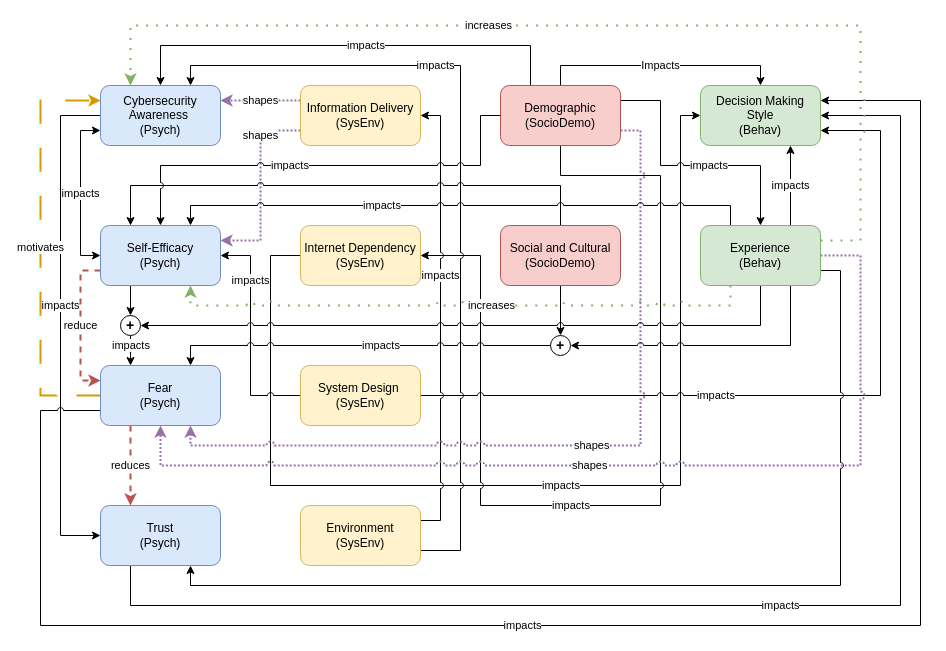
This is page "Colored + Text Version" (3 of 5) of Diagrams/Codebook.drawio from HooradAboo/I-CLAIM, a draw.io file, before an edit. Source tidied: cells renumbered, new cells numbered last; positions are measured from the earlier drawing's top-left corner, leaving out a move shared by most shapes. Both pictures are drawn from the tidied source at 100%, with x=0, y=0 at pixel (40, 25).
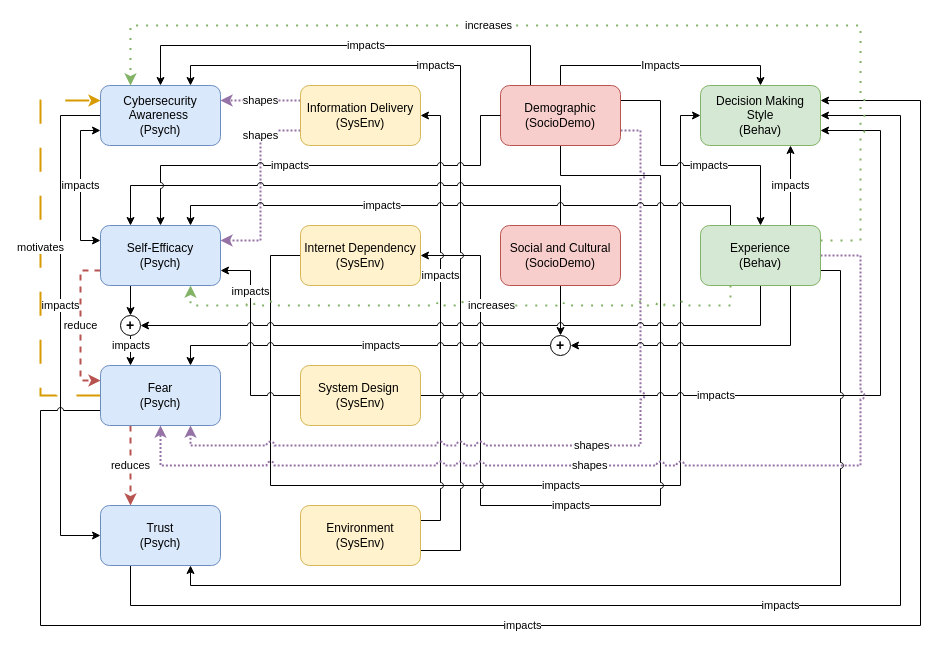
Above is the later version.

The change refers to these unchanged cells:
```xml
<mxCell id="4" value="Cybersecurity Awareness&amp;nbsp;&lt;br&gt;(Psych)" style="rounded=1;whiteSpace=wrap;html=1;fillColor=#dae8fc;strokeColor=#6c8ebf;" parent="1" vertex="1">
  <mxGeometry x="60" y="60" width="120" height="60" as="geometry" />
</mxCell>
<mxCell id="7" value="Self-Efficacy&lt;br&gt;(Psych)" style="rounded=1;whiteSpace=wrap;html=1;fillColor=#dae8fc;strokeColor=#6c8ebf;" parent="1" vertex="1">
  <mxGeometry x="60" y="200" width="120" height="60" as="geometry" />
</mxCell>
<mxCell id="22" value="System Design&lt;span style=&quot;background-color: transparent; color: light-dark(rgb(0, 0, 0), rgb(255, 255, 255));&quot;&gt;&amp;nbsp;&lt;/span&gt;&lt;div&gt;(SysEnv)&lt;/div&gt;" style="rounded=1;whiteSpace=wrap;html=1;fillColor=#fff2cc;strokeColor=#d6b656;" parent="1" vertex="1">
  <mxGeometry x="260" y="340" width="120" height="60" as="geometry" />
</mxCell>
```

Change to the diagram source:
```diff
@@
-    <mxCell id="3" value="impacts" style="edgeStyle=orthogonalEdgeStyle;shape=connector;rounded=0;jumpStyle=arc;jettySize=auto;html=1;exitX=0;exitY=0.75;exitDx=0;exitDy=0;entryX=0;entryY=0.5;entryDx=0;entryDy=0;strokeColor=default;align=center;verticalAlign=middle;fontFamily=Helvetica;fontSize=11;fontColor=default;labelBackgroundColor=default;endArrow=classic;startArrow=classic;startFill=1;" parent="1" edge="1" source="4" target="7">
+    <mxCell id="3" value="impacts" style="edgeStyle=orthogonalEdgeStyle;shape=connector;rounded=0;jumpStyle=arc;jettySize=auto;html=1;exitX=0;exitY=0.75;exitDx=0;exitDy=0;entryX=0;entryY=0.25;entryDx=0;entryDy=0;strokeColor=default;align=center;verticalAlign=middle;fontFamily=Helvetica;fontSize=11;fontColor=default;labelBackgroundColor=default;endArrow=classic;startArrow=classic;startFill=1;" parent="1" edge="1" source="4" target="7">
       <mxGeometry relative="1" as="geometry">
         <Array as="points">
           <mxPoint x="40" y="105" />
-          <mxPoint x="40" y="230" />
+          <mxPoint x="40" y="215" />
         </Array>
       </mxGeometry>
     </mxCell>
@@
-    <mxCell id="20" value="impacts" style="edgeStyle=orthogonalEdgeStyle;rounded=0;jettySize=auto;html=1;exitX=0;exitY=0.5;exitDx=0;exitDy=0;entryX=1;entryY=0.5;entryDx=0;entryDy=0;jumpStyle=arc;" parent="1" edge="1" source="22" target="7">
+    <mxCell id="20" value="impacts" style="edgeStyle=orthogonalEdgeStyle;rounded=0;jettySize=auto;html=1;exitX=0;exitY=0.5;exitDx=0;exitDy=0;entryX=1;entryY=0.75;entryDx=0;entryDy=0;jumpStyle=arc;" parent="1" edge="1" source="22" target="7">
       <mxGeometry x="0.5" relative="1" as="geometry">
         <Array as="points">
           <mxPoint x="210" y="370" />
-          <mxPoint x="210" y="230" />
+          <mxPoint x="210" y="245" />
         </Array>
       </mxGeometry>
     </mxCell>
```
